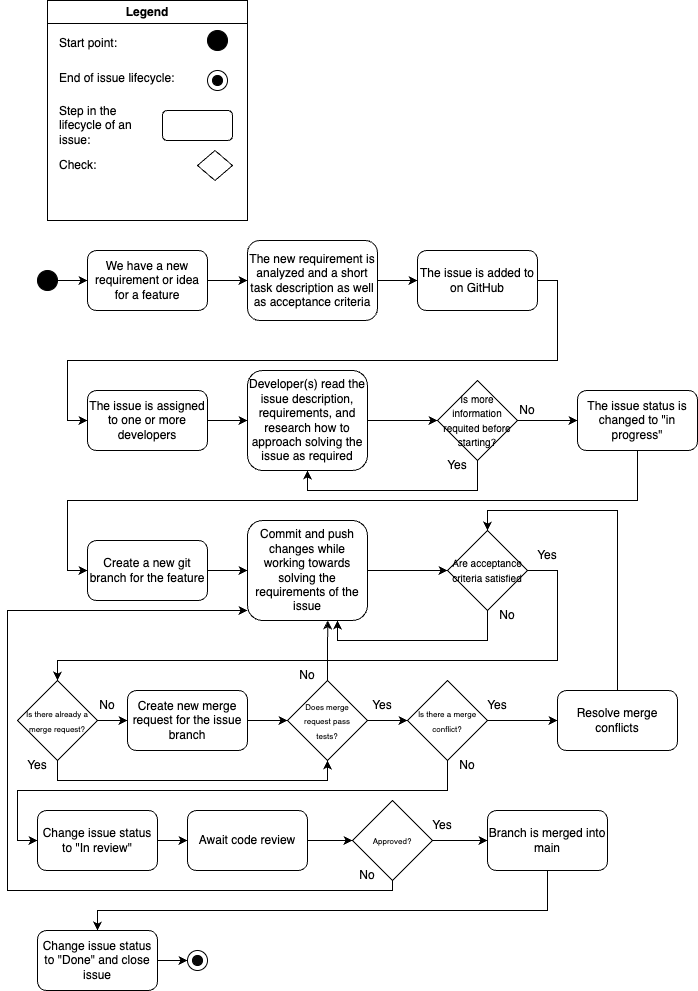
Above: docs/images/uml/issue.drawio.png in ITU-BDSA23-GROUP17/Chirp (draw.io), before the change. Source tidied: cells renumbered, new cells last; positions are measured from the earlier drawing's top-left corner, leaving out a move shared by most shapes.
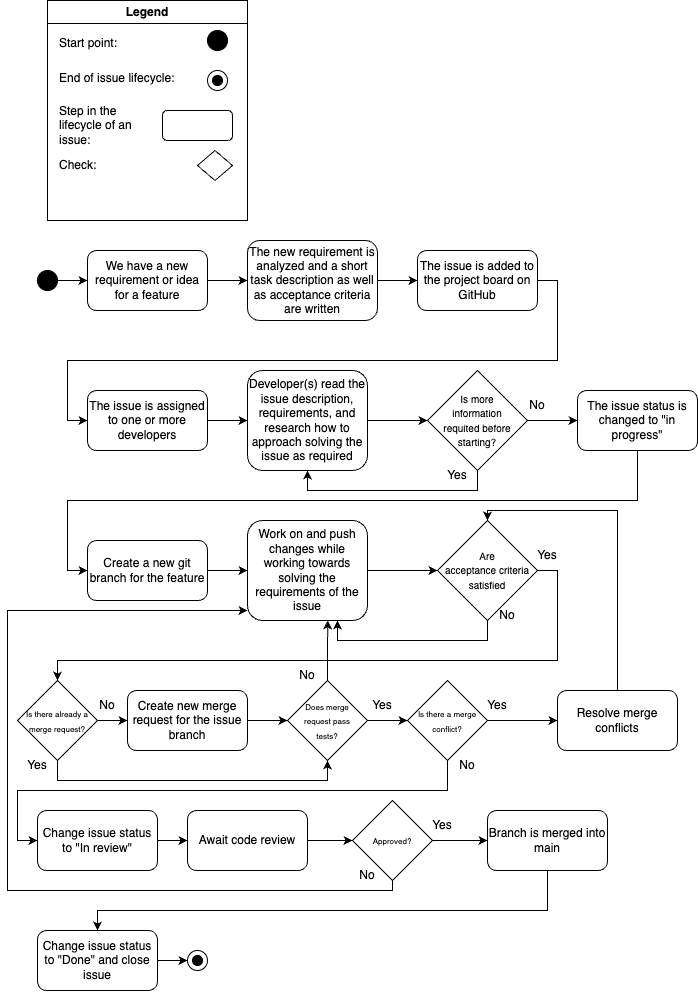
After the change.

Commit message:
fixed issue diagram

Diff of the diagram source:
```diff
@@ -17,10 +17,10 @@
     <mxCell id="6" style="edgeStyle=orthogonalEdgeStyle;rounded=0;jettySize=auto;html=1;entryX=0;entryY=0.5;entryDx=0;entryDy=0;" parent="1" edge="1" source="7" target="8">
       <mxGeometry relative="1" as="geometry" />
     </mxCell>
-    <mxCell id="7" value="The new requirement is analyzed and a short task description as well as acceptance criteria" style="rounded=1;whiteSpace=wrap;html=1;" parent="1" vertex="1">
+    <mxCell id="7" value="The new requirement is analyzed and a short task description as well as acceptance criteria are written" style="rounded=1;whiteSpace=wrap;html=1;" parent="1" vertex="1">
       <mxGeometry x="240" y="240" width="130" height="80" as="geometry" />
     </mxCell>
-    <mxCell id="8" value="The issue is added to on GitHub" style="rounded=1;whiteSpace=wrap;html=1;" parent="1" vertex="1">
+    <mxCell id="8" value="The issue is added to the project board on GitHub" style="rounded=1;whiteSpace=wrap;html=1;" parent="1" vertex="1">
       <mxGeometry x="410" y="250" width="120" height="60" as="geometry" />
     </mxCell>
     <mxCell id="9" style="edgeStyle=orthogonalEdgeStyle;rounded=0;jettySize=auto;html=1;entryX=0;entryY=0.5;entryDx=0;entryDy=0;exitX=1;exitY=0.5;exitDx=0;exitDy=0;" parent="1" edge="1" source="8" target="11">
@@ -56,8 +56,8 @@
     <mxCell id="15" style="edgeStyle=orthogonalEdgeStyle;rounded=0;jettySize=auto;html=1;exitX=1;exitY=0.5;exitDx=0;exitDy=0;entryX=0;entryY=0.5;entryDx=0;entryDy=0;" parent="1" edge="1" source="16" target="18">
       <mxGeometry relative="1" as="geometry" />
     </mxCell>
-    <mxCell id="16" value="&lt;span style=&quot;font-size: 10px;&quot;&gt;Is more information requited before starting?&lt;/span&gt;" style="rhombus;whiteSpace=wrap;html=1;" parent="1" vertex="1">
-      <mxGeometry x="430" y="380" width="80" height="80" as="geometry" />
+    <mxCell id="16" value="&lt;span style=&quot;font-size: 10px;&quot;&gt;Is more &lt;br&gt;information &lt;br&gt;requited before starting?&lt;/span&gt;" style="rhombus;whiteSpace=wrap;html=1;" parent="1" vertex="1">
+      <mxGeometry x="420" y="370" width="100" height="100" as="geometry" />
     </mxCell>
     <mxCell id="17" style="edgeStyle=orthogonalEdgeStyle;rounded=0;jettySize=auto;html=1;entryX=0;entryY=0.5;entryDx=0;entryDy=0;" parent="1" edge="1" source="18" target="20">
       <mxGeometry relative="1" as="geometry">
@@ -77,12 +77,10 @@
     <mxCell id="20" value="Create a new git branch for the feature" style="rounded=1;whiteSpace=wrap;html=1;" parent="1" vertex="1">
       <mxGeometry x="80" y="540" width="120" height="60" as="geometry" />
     </mxCell>
-    <mxCell id="21" style="edgeStyle=orthogonalEdgeStyle;rounded=0;jettySize=auto;html=1;" parent="1" edge="1" source="22">
-      <mxGeometry relative="1" as="geometry">
-        <mxPoint x="440" y="570" as="targetPoint" />
-      </mxGeometry>
+    <mxCell id="21" style="edgeStyle=orthogonalEdgeStyle;rounded=0;jettySize=auto;html=1;entryX=0;entryY=0.5;entryDx=0;entryDy=0;" parent="1" edge="1" source="22" target="25">
+      <mxGeometry relative="1" as="geometry" />
     </mxCell>
-    <mxCell id="22" value="Commit and push changes while working towards solving the requirements of the issue" style="rounded=1;whiteSpace=wrap;html=1;" parent="1" vertex="1">
+    <mxCell id="22" value="Work on and push changes while working towards solving the requirements of the issue" style="rounded=1;whiteSpace=wrap;html=1;" parent="1" vertex="1">
       <mxGeometry x="240" y="520" width="120" height="100" as="geometry" />
     </mxCell>
     <mxCell id="23" style="edgeStyle=orthogonalEdgeStyle;rounded=0;jettySize=auto;html=1;entryX=0.75;entryY=1;entryDx=0;entryDy=0;" parent="1" edge="1" source="25" target="22">
@@ -102,8 +100,8 @@
         </Array>
       </mxGeometry>
     </mxCell>
-    <mxCell id="25" value="&lt;span style=&quot;font-size: 10px;&quot;&gt;Are acceptance criteria satisfied&lt;/span&gt;" style="rhombus;whiteSpace=wrap;html=1;" parent="1" vertex="1">
-      <mxGeometry x="440" y="530" width="80" height="80" as="geometry" />
+    <mxCell id="25" value="&lt;span style=&quot;font-size: 10px;&quot;&gt;Are &lt;br&gt;acceptance criteria &lt;br&gt;satisfied&lt;/span&gt;" style="rhombus;whiteSpace=wrap;html=1;" parent="1" vertex="1">
+      <mxGeometry x="430" y="520" width="100" height="100" as="geometry" />
     </mxCell>
     <mxCell id="26" style="edgeStyle=orthogonalEdgeStyle;rounded=0;jettySize=auto;html=1;entryX=0;entryY=0.5;entryDx=0;entryDy=0;" parent="1" edge="1" source="27" target="29">
       <mxGeometry relative="1" as="geometry" />
@@ -153,10 +151,10 @@
       <mxGeometry x="470" y="600" width="60" height="30" as="geometry" />
     </mxCell>
     <mxCell id="38" value="No" style="text;html=1;strokeColor=none;fillColor=none;align=center;verticalAlign=middle;whiteSpace=wrap;rounded=0;" parent="1" vertex="1">
-      <mxGeometry x="490" y="395" width="60" height="30" as="geometry" />
+      <mxGeometry x="500" y="390" width="60" height="30" as="geometry" />
     </mxCell>
     <mxCell id="39" value="Yes" style="text;html=1;strokeColor=none;fillColor=none;align=center;verticalAlign=middle;whiteSpace=wrap;rounded=0;" parent="1" vertex="1">
-      <mxGeometry x="420" y="450" width="60" height="30" as="geometry" />
+      <mxGeometry x="420" y="460" width="60" height="30" as="geometry" />
     </mxCell>
     <mxCell id="40" value="No" style="text;html=1;strokeColor=none;fillColor=none;align=center;verticalAlign=middle;whiteSpace=wrap;rounded=0;" parent="1" vertex="1">
       <mxGeometry x="270" y="660" width="60" height="30" as="geometry" />
```
